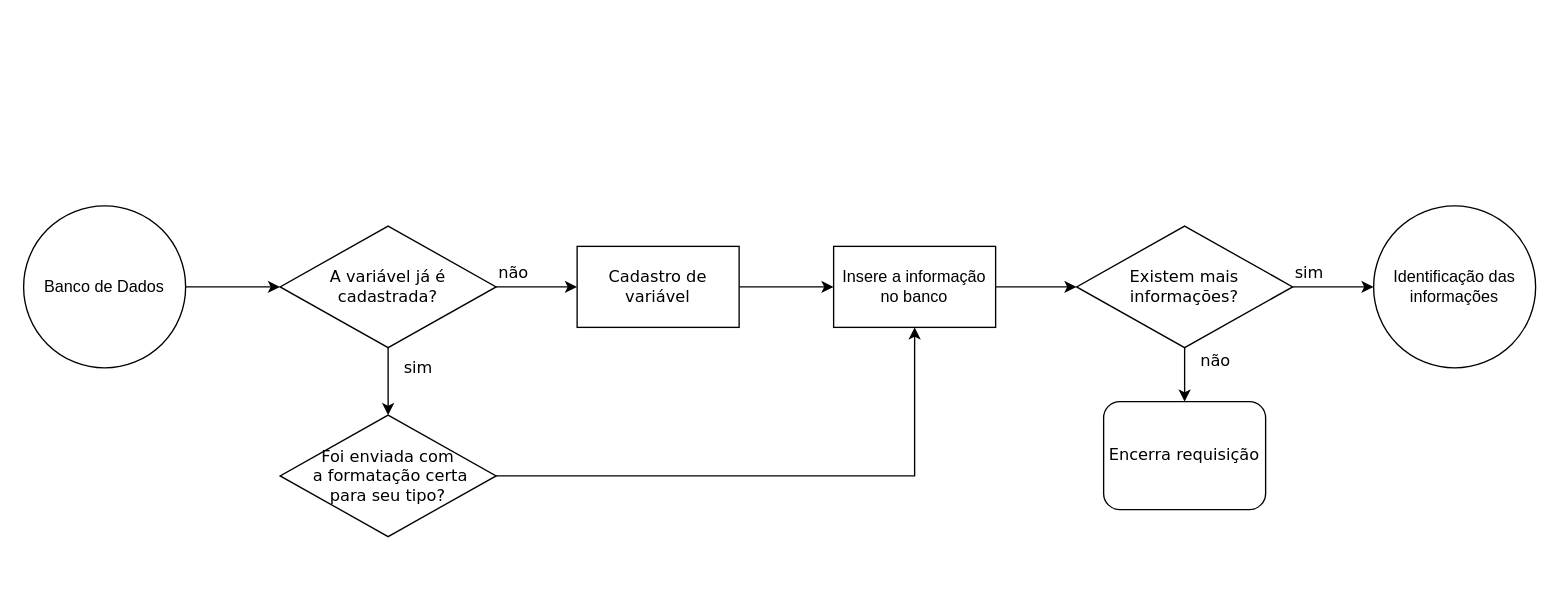
Above: page "Banco de Dados" (5 of 5) of diagramas e imagens/http.drawio in rhulio/tcc (draw.io), before the change. Source tidied: cells renumbered, new cells numbered last; positions are measured from the earlier drawing's top-left corner, leaving out a move shared by most shapes. Both pictures are drawn from the tidied source at 135%, with x=0, y=0 at pixel (23, 205).
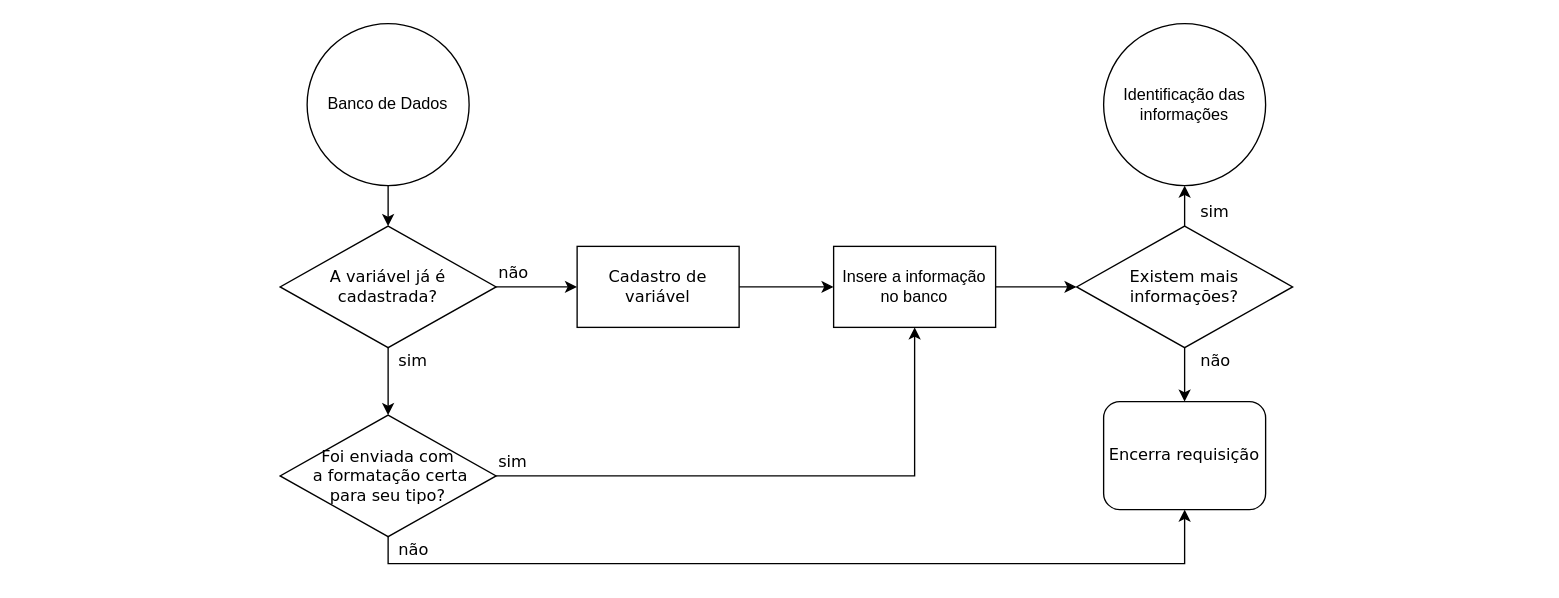
Above is the later version.

The change refers to these unchanged cells:
```xml
<mxCell id="9" value="&lt;font face=&quot;Verdana&quot;&gt;Foi enviada com&lt;br&gt;&amp;nbsp;a formatação certa&lt;br&gt;para seu tipo?&lt;/font&gt;&lt;br&gt;" style="rhombus;whiteSpace=wrap;html=1;" parent="1" vertex="1">
  <mxGeometry x="190" y="155" width="160" height="90" as="geometry" />
</mxCell>
<mxCell id="21" value="Encerra requisição&lt;br&gt;" style="rounded=1;whiteSpace=wrap;html=1;shadow=0;labelBackgroundColor=none;strokeColor=#000000;strokeWidth=1;fillColor=#ffffff;fontFamily=Verdana;fontSize=12;fontColor=#000000;align=center;" parent="1" vertex="1">
  <mxGeometry x="800" y="145" width="120" height="80" as="geometry" />
</mxCell>
```

The edit, as a diff of the source:
```diff
@@
+    <mxCell id="22" style="edgeStyle=orthogonalEdgeStyle;rounded=0;jettySize=auto;html=1;exitX=0.5;exitY=1;exitDx=0;exitDy=0;entryX=0.5;entryY=1;entryDx=0;entryDy=0;" parent="1" edge="1" source="9" target="21">
+      <mxGeometry relative="1" as="geometry" />
+    </mxCell>
@@
     <mxCell id="12" value="&lt;font face=&quot;Verdana&quot;&gt;sim&lt;/font&gt;" style="text;html=1;align=left;verticalAlign=top;spacingTop=-4;" parent="1" vertex="1">
-      <mxGeometry x="280" y="110" width="40" height="20" as="geometry" />
+      <mxGeometry x="276" y="105" width="40" height="20" as="geometry" />
     </mxCell>
@@
     <mxCell id="17" value="&lt;font face=&quot;Verdana&quot;&gt;sim&lt;/font&gt;" style="text;html=1;align=left;verticalAlign=top;spacingTop=-4;" parent="1" vertex="1">
-      <mxGeometry x="940" y="40" width="40" height="20" as="geometry" />
+      <mxGeometry x="870" y="-5" width="40" height="20" as="geometry" />
     </mxCell>
@@
     <mxCell id="19" value="Banco de Dados" style="ellipse;whiteSpace=wrap;html=1;" parent="1" vertex="1">
-      <mxGeometry width="120" height="120" as="geometry" />
+      <mxGeometry x="210" y="-135" width="120" height="120" as="geometry" />
     </mxCell>
     <mxCell id="20" value="Identificação das informações" style="ellipse;whiteSpace=wrap;html=1;" parent="1" vertex="1">
-      <mxGeometry x="1000" width="120" height="120" as="geometry" />
+      <mxGeometry x="800" y="-135" width="120" height="120" as="geometry" />
     </mxCell>
@@
+    <mxCell id="23" value="&lt;font face=&quot;Verdana&quot;&gt;sim&lt;/font&gt;" style="text;html=1;align=left;verticalAlign=top;spacingTop=-4;" parent="1" vertex="1">
+      <mxGeometry x="350" y="180" width="40" height="20" as="geometry" />
+    </mxCell>
+    <mxCell id="24" value="&lt;font face=&quot;Verdana&quot;&gt;não&lt;/font&gt;" style="text;html=1;align=left;verticalAlign=top;spacingTop=-4;" parent="1" vertex="1">
+      <mxGeometry x="276" y="245" width="40" height="20" as="geometry" />
+    </mxCell>
```
